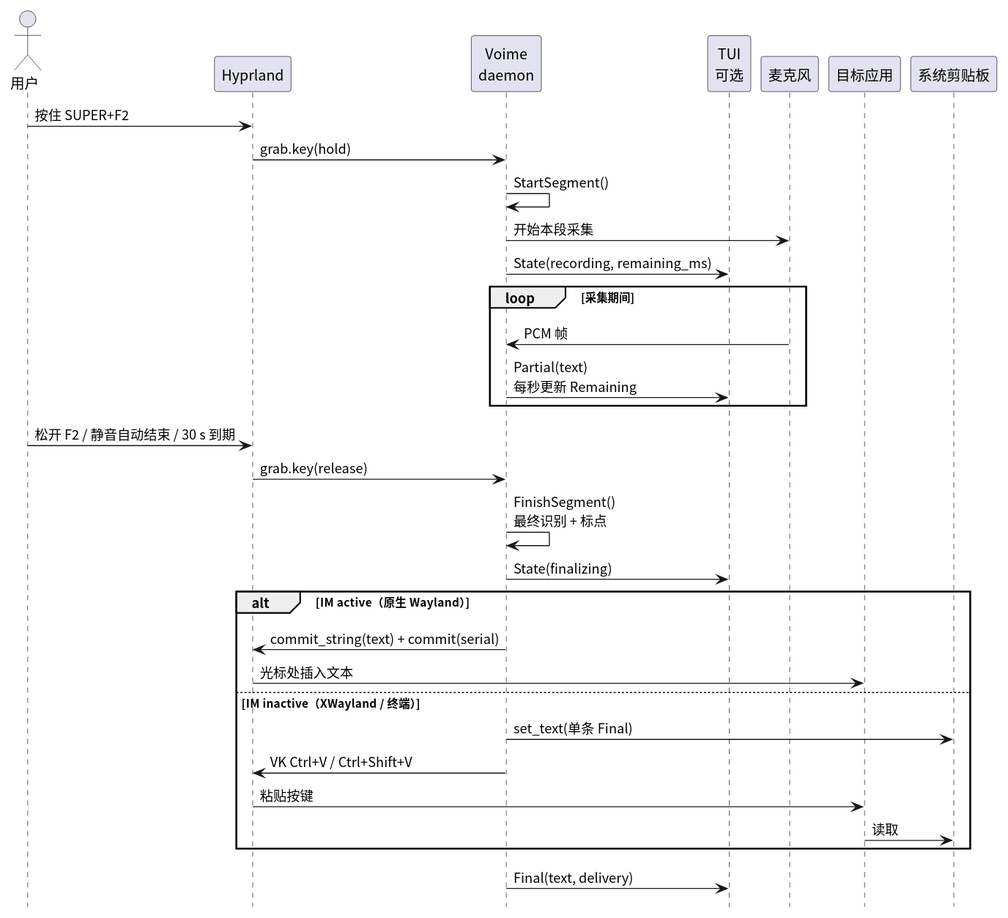
Before: diagram/seq-ptt.svg, a diagram exported from PlantUML (54m43lJ/voime).
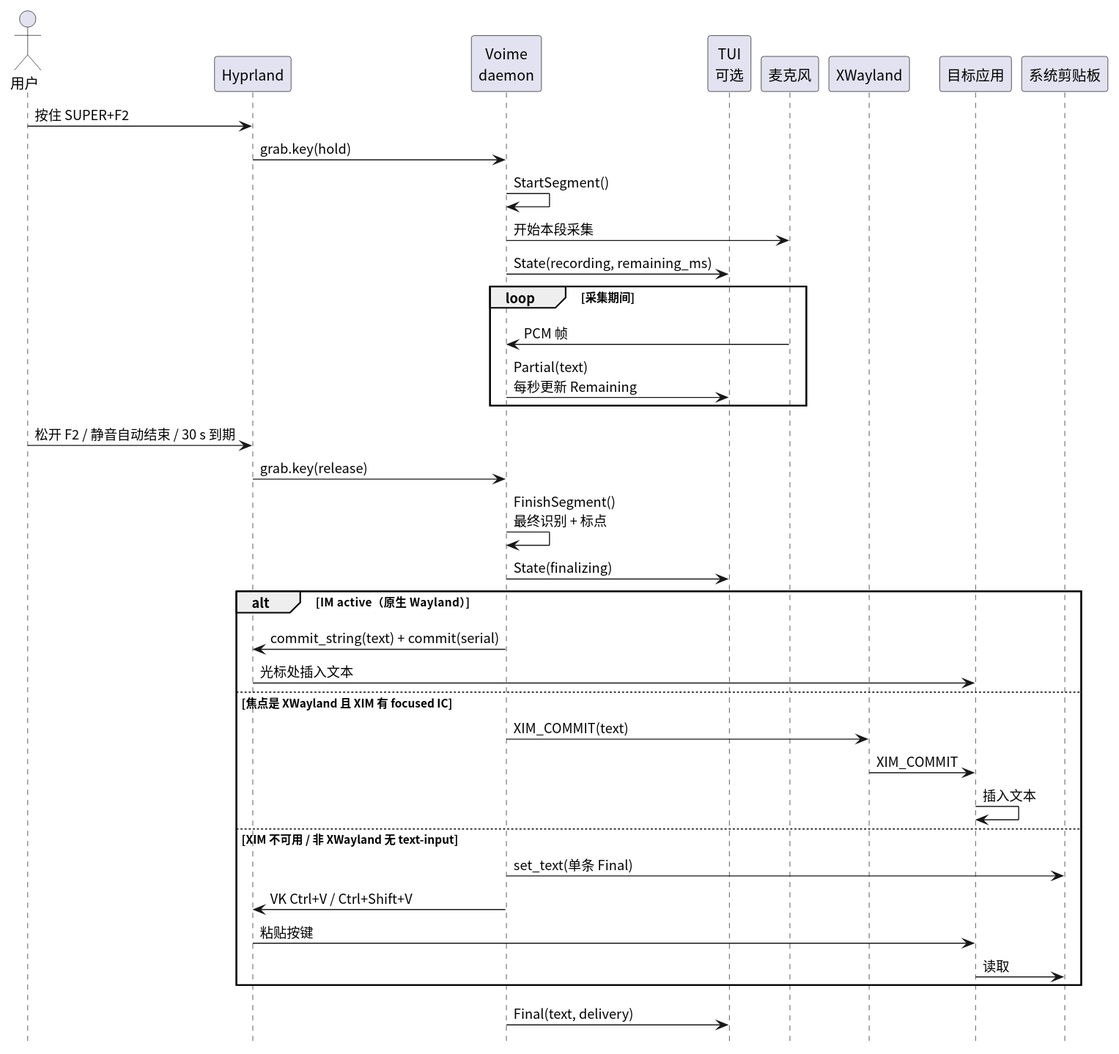
After the change.

Diff of the diagram source:
```diff
@@ -8,6 +8,7 @@
 participant "Voime\ndaemon" as Voime
 participant "TUI\n可选" as Tui
 participant "麦克风" as Mic
+participant "XWayland" as Xwayland
 participant "目标应用" as App
 participant "系统剪贴板" as Clip
 
@@ -28,7 +29,11 @@
 alt IM active（原生 Wayland）
   Voime -> Compositor : commit_string(text) + commit(serial)
   Compositor -> App : 光标处插入文本
-else IM inactive（XWayland / 终端）
+else 焦点是 XWayland 且 XIM 有 focused IC
+  Voime -> Xwayland : XIM_COMMIT(text)
+  Xwayland -> App : XIM_COMMIT
+  App -> App : 插入文本
+else XIM 不可用 / 非 XWayland 无 text-input
   Voime -> Clip : set_text(单条 Final)
   Voime -> Compositor : VK Ctrl+V / Ctrl+Shift+V
   Compositor -> App : 粘贴按键
```
